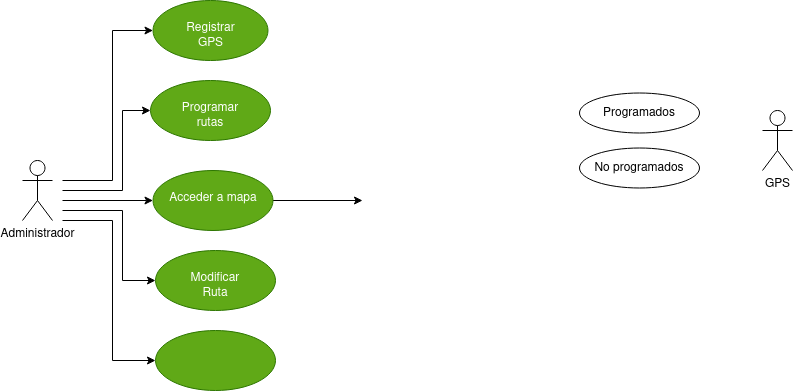
colidom/ets keeps this draw.io diagram as Tareas/Tarea3/img/GpsPuerto.drawio.png. Above is the earlier version. Source tidied: cells renumbered, new cells last; positions are measured from the earlier drawing's top-left corner, leaving out a move shared by most shapes.
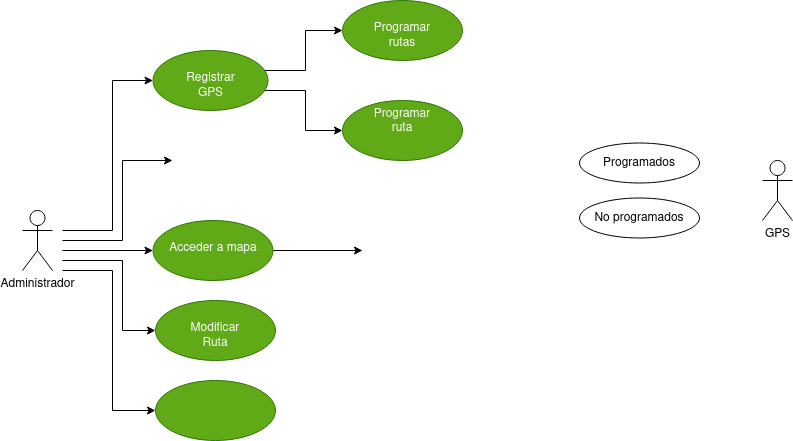
Above is the later version.

What changed in the source:
```diff
@@ -17,6 +17,22 @@
     <mxCell id="4" value="GPS" style="shape=umlActor;verticalLabelPosition=bottom;verticalAlign=top;html=1;" parent="1" vertex="1">
       <mxGeometry x="740" y="110" width="30" height="60" as="geometry" />
     </mxCell>
+    <mxCell id="17" style="edgeStyle=orthogonalEdgeStyle;rounded=0;jettySize=auto;html=1;entryX=0;entryY=0.5;entryDx=0;entryDy=0;" parent="1" edge="1" source="5" target="13">
+      <mxGeometry relative="1" as="geometry">
+        <Array as="points">
+          <mxPoint x="283" y="20" />
+          <mxPoint x="283" y="-20" />
+        </Array>
+      </mxGeometry>
+    </mxCell>
+    <mxCell id="18" style="edgeStyle=orthogonalEdgeStyle;rounded=0;jettySize=auto;html=1;entryX=0;entryY=0.5;entryDx=0;entryDy=0;" parent="1" edge="1" source="5" target="19">
+      <mxGeometry relative="1" as="geometry">
+        <Array as="points">
+          <mxPoint x="283" y="40" />
+          <mxPoint x="283" y="80" />
+        </Array>
+      </mxGeometry>
+    </mxCell>
     <mxCell id="5" value="&lt;div&gt;&lt;br&gt;&lt;/div&gt;&lt;div&gt;Registrar&lt;/div&gt;&lt;div&gt;GPS&lt;br&gt;&lt;/div&gt;" style="ellipse;whiteSpace=wrap;html=1;verticalAlign=top;fillColor=#60a917;fontColor=#ffffff;strokeColor=#2D7600;" parent="1" vertex="1">
       <mxGeometry x="130.5" width="115" height="60" as="geometry" />
     </mxCell>
@@ -59,11 +75,12 @@
       </mxGeometry>
     </mxCell>
     <mxCell id="13" value="&lt;div&gt;&lt;br&gt;&lt;/div&gt;&lt;div&gt;Programar&lt;/div&gt;&lt;div&gt;rutas&lt;br&gt;&lt;/div&gt;" style="ellipse;whiteSpace=wrap;html=1;verticalAlign=top;fillColor=#60a917;fontColor=#ffffff;strokeColor=#2D7600;" parent="1" vertex="1">
-      <mxGeometry x="128" y="80" width="120" height="60" as="geometry" />
+      <mxGeometry x="320" y="-50" width="120" height="60" as="geometry" />
     </mxCell>
-    <mxCell id="14" style="edgeStyle=orthogonalEdgeStyle;rounded=0;jettySize=auto;html=1;entryX=0;entryY=0.5;entryDx=0;entryDy=0;" parent="1" edge="1" target="13">
+    <mxCell id="14" style="edgeStyle=orthogonalEdgeStyle;rounded=0;orthogonalLoop=1;jettySize=auto;html=1;" parent="1" edge="1">
       <mxGeometry relative="1" as="geometry">
         <mxPoint x="40" y="190" as="sourcePoint" />
+        <mxPoint x="150" y="110" as="targetPoint" />
         <Array as="points">
           <mxPoint x="100" y="190" />
           <mxPoint x="100" y="110" />
@@ -76,5 +93,8 @@
     <mxCell id="16" value="No programados" style="ellipse;whiteSpace=wrap;html=1;" parent="1" vertex="1">
       <mxGeometry x="557" y="147.5" width="120" height="40" as="geometry" />
     </mxCell>
+    <mxCell id="19" value="&lt;div&gt;Programar&lt;/div&gt;&lt;div&gt;ruta&lt;br&gt;&lt;/div&gt;" style="ellipse;whiteSpace=wrap;html=1;verticalAlign=top;fillColor=#60a917;fontColor=#ffffff;strokeColor=#2D7600;" parent="1" vertex="1">
+      <mxGeometry x="320" y="50" width="120" height="60" as="geometry" />
+    </mxCell>
   </root>
 </mxGraphModel>
```
